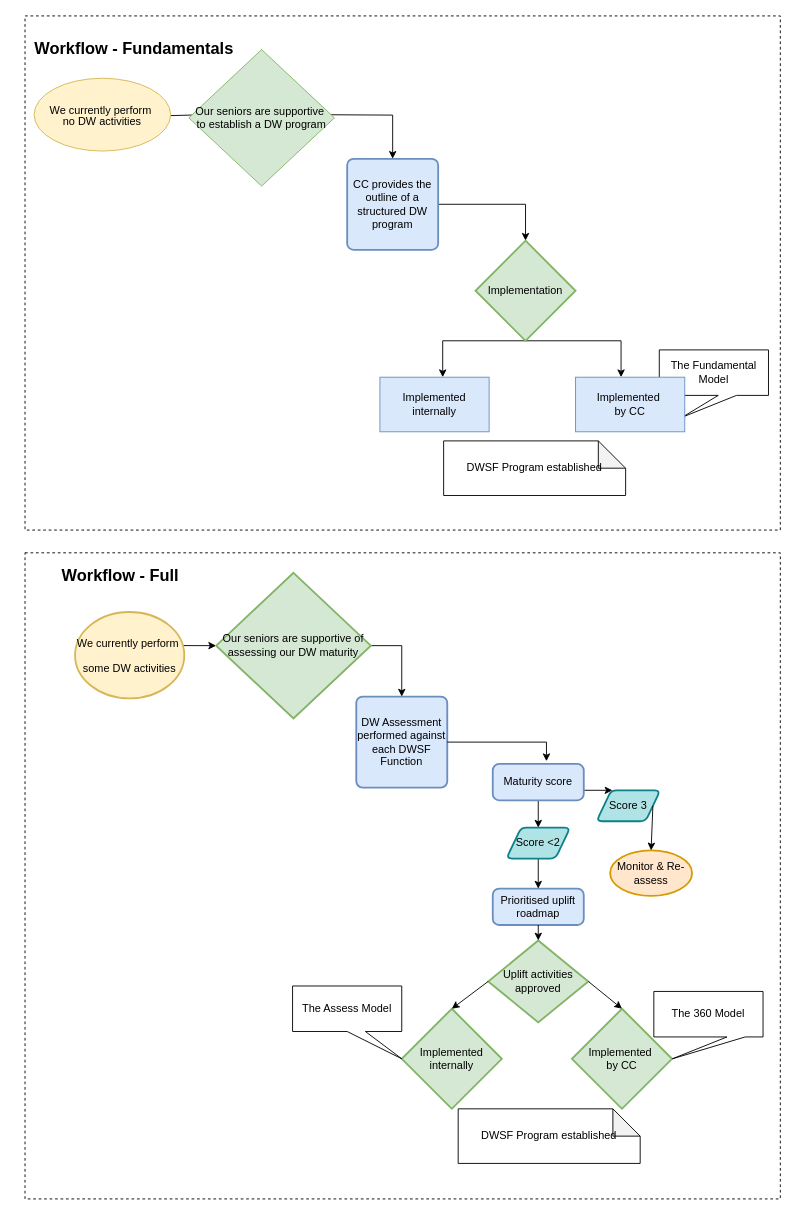
Before: Untitled Diagram.drawio in wondarider/DWSF, a draw.io diagram. Source tidied: cells renumbered, new cells numbered last; positions are measured from the earlier drawing's top-left corner, leaving out a move shared by most shapes. Both pictures are drawn from the tidied source at 91%, with x=0, y=0 at pixel (15, 15).
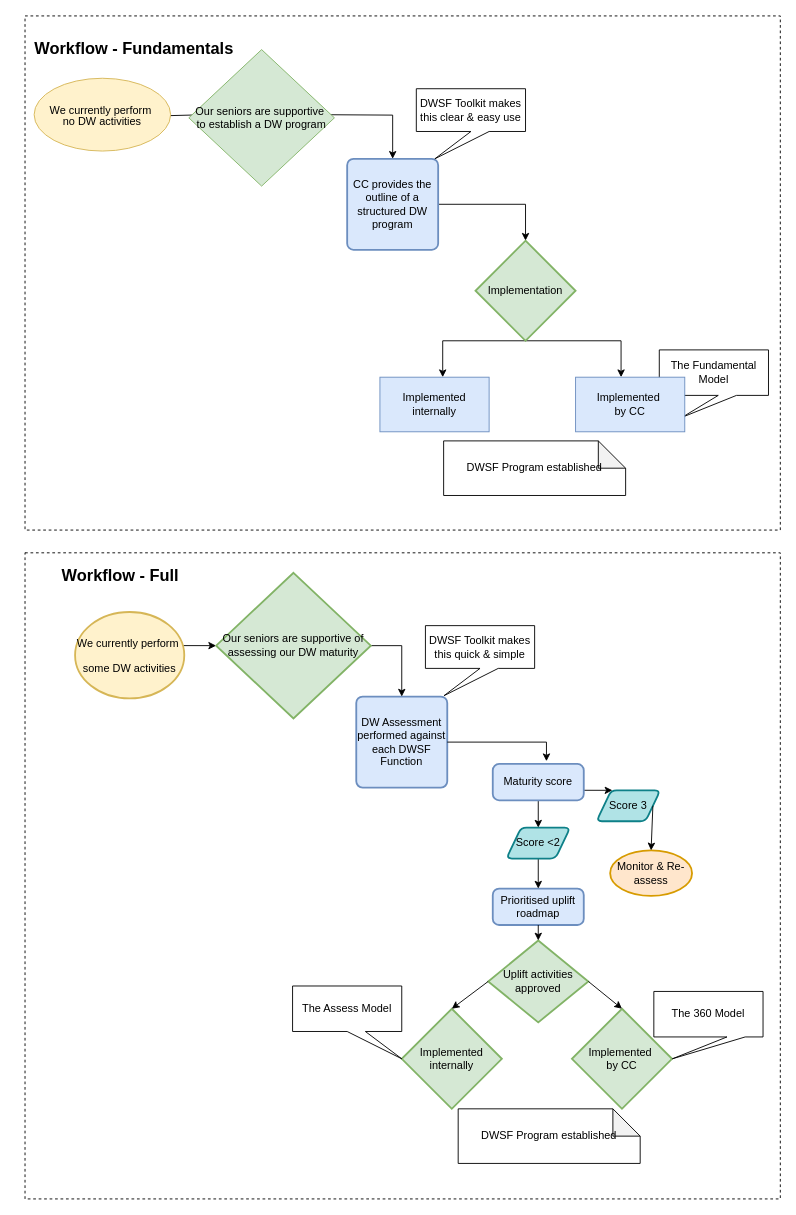
After the change.

The change refers to these unchanged cells:
```xml
<mxCell id="2" style="group;" parent="1" vertex="1">
  <mxGeometry width="840" height="565" as="geometry" />
</mxCell>
<mxCell id="42" style="group;" parent="17" vertex="1">
  <mxGeometry width="830" height="710" as="geometry" />
</mxCell>
```

Change to the diagram source:
```diff
@@
+    <mxCell id="45" value="&lt;font face=&quot;Graphik&quot;&gt;DWSF Toolkit makes this clear &amp;amp; easy use&lt;/font&gt;" style="shape=callout;whiteSpace=wrap;html=1;perimeter=calloutPerimeter;position2=0.17;" parent="2" vertex="1">
+      <mxGeometry x="440" y="80" width="120" height="77" as="geometry" />
+    </mxCell>
-    <mxCell id="17" style="group;" parent="1" vertex="1">
+    <mxCell id="17" style="group;fillColor=none;" parent="1" vertex="1">
       <mxGeometry x="10" y="590" width="830" height="710" as="geometry" />
     </mxCell>
@@
+    <mxCell id="46" value="&lt;font face=&quot;Graphik&quot;&gt;DWSF Toolkit makes this quick &amp;amp; simple&lt;/font&gt;" style="shape=callout;whiteSpace=wrap;html=1;perimeter=calloutPerimeter;position2=0.17;" parent="42" vertex="1">
+      <mxGeometry x="440" y="80" width="120" height="77" as="geometry" />
+    </mxCell>
```
